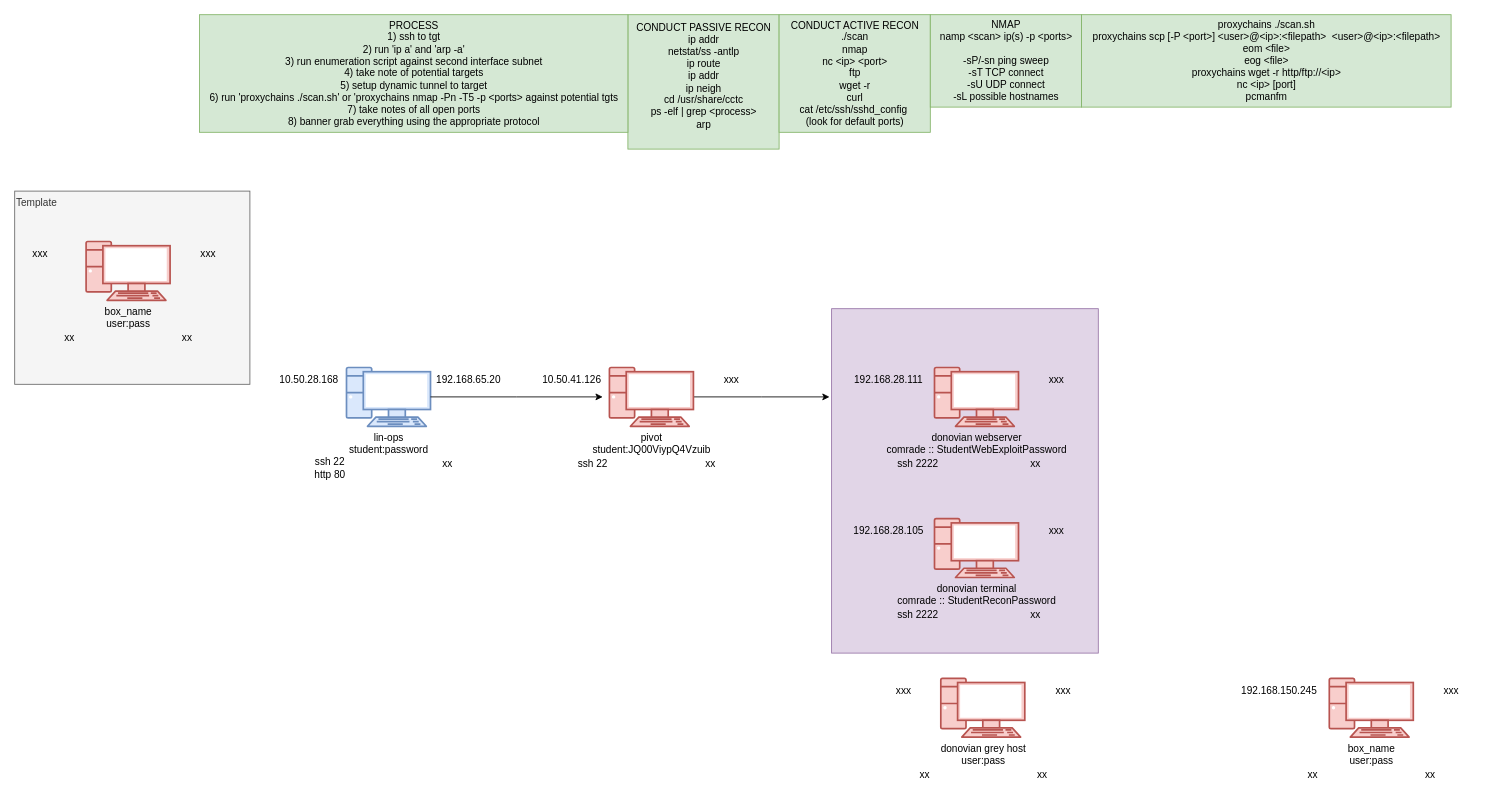
Before: CCTC/SEC/Day_6/Exploit/Exploit.drawio in wifi96h/new, a draw.io diagram. Source tidied: cells renumbered, new cells numbered last; positions are measured from the earlier drawing's top-left corner, leaving out a move shared by most shapes. Both pictures are drawn from the tidied source at 84%, with x=0, y=0 at pixel (14, 14).
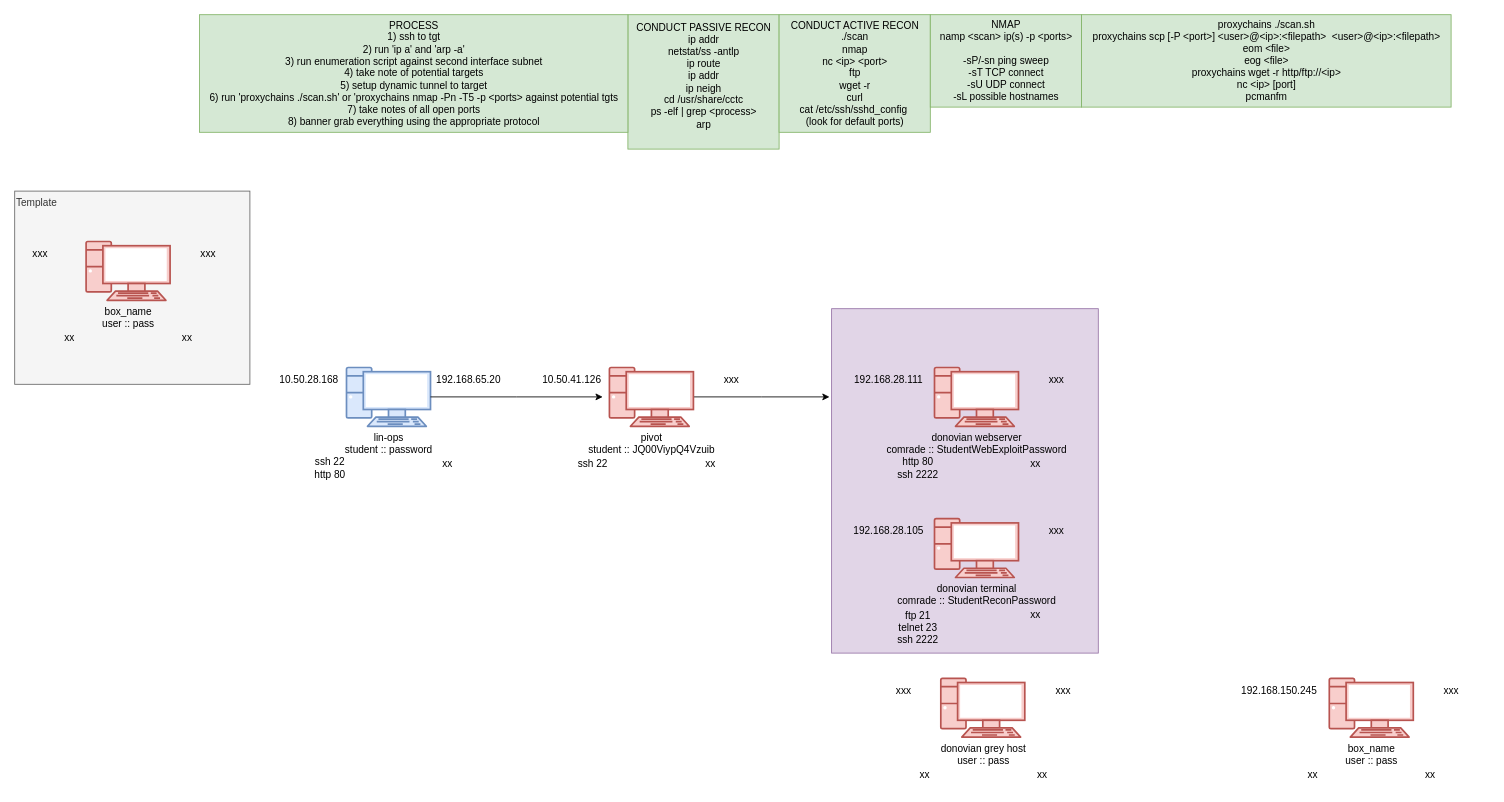
After the change.

The change refers to these unchanged cells:
```xml
<mxCell id="5" style="group;" parent="4" vertex="1">
  <mxGeometry y="20" width="225" height="130" as="geometry" />
</mxCell>
<mxCell id="11" style="group;" parent="10" vertex="1">
  <mxGeometry y="20" width="230" height="135" as="geometry" />
</mxCell>
<mxCell id="18" style="group;" parent="17" vertex="1">
  <mxGeometry y="20" width="225" height="130" as="geometry" />
</mxCell>
<mxCell id="32" style="group;" parent="31" vertex="1">
  <mxGeometry y="20" width="225" height="130" as="geometry" />
</mxCell>
<mxCell id="41" style="group;" parent="40" vertex="1">
  <mxGeometry y="20" width="225" height="130" as="geometry" />
</mxCell>
```

Change to the diagram source:
```diff
@@
-    <mxCell id="6" value="box_name&lt;div&gt;user:pass&lt;/div&gt;" style="verticalAlign=top;verticalLabelPosition=bottom;labelPosition=center;align=center;html=1;fillColor=#f8cecc;strokeColor=#b85450;gradientDirection=north;strokeWidth=2;shape=mxgraph.networks.pc;" parent="5" vertex="1">
+    <mxCell id="6" value="box_name&lt;div&gt;user :: pass&lt;/div&gt;" style="verticalAlign=top;verticalLabelPosition=bottom;labelPosition=center;align=center;html=1;fillColor=#f8cecc;strokeColor=#b85450;gradientDirection=north;strokeWidth=2;shape=mxgraph.networks.pc;" parent="5" vertex="1">
       <mxGeometry x="35" width="100" height="70" as="geometry" />
     </mxCell>
@@
-    <mxCell id="12" value="lin-ops&lt;div&gt;student:password&lt;/div&gt;" style="verticalAlign=top;verticalLabelPosition=bottom;labelPosition=center;align=center;html=1;outlineConnect=0;fillColor=#dae8fc;strokeColor=#6c8ebf;gradientDirection=north;strokeWidth=2;shape=mxgraph.networks.pc;" parent="11" vertex="1">
+    <mxCell id="12" value="lin-ops&lt;div&gt;student :: password&lt;/div&gt;" style="verticalAlign=top;verticalLabelPosition=bottom;labelPosition=center;align=center;html=1;outlineConnect=0;fillColor=#dae8fc;strokeColor=#6c8ebf;gradientDirection=north;strokeWidth=2;shape=mxgraph.networks.pc;" parent="11" vertex="1">
       <mxGeometry x="35" width="100" height="70" as="geometry" />
     </mxCell>
@@
-    <mxCell id="20" value="&lt;div&gt;pivot&lt;/div&gt;&lt;div&gt;student:JQ00ViypQ4Vzuib&lt;/div&gt;" style="verticalAlign=top;verticalLabelPosition=bottom;labelPosition=center;align=center;html=1;outlineConnect=0;fillColor=#f8cecc;strokeColor=#b85450;gradientDirection=north;strokeWidth=2;shape=mxgraph.networks.pc;" parent="18" vertex="1">
+    <mxCell id="20" value="&lt;div&gt;pivot&lt;/div&gt;&lt;div&gt;student :: JQ00ViypQ4Vzuib&lt;/div&gt;" style="verticalAlign=top;verticalLabelPosition=bottom;labelPosition=center;align=center;html=1;outlineConnect=0;fillColor=#f8cecc;strokeColor=#b85450;gradientDirection=north;strokeWidth=2;shape=mxgraph.networks.pc;" parent="18" vertex="1">
       <mxGeometry x="35" width="100" height="70" as="geometry" />
     </mxCell>
@@
-    <mxCell id="33" value="&lt;div&gt;donovian grey host&lt;/div&gt;&lt;div&gt;user:pass&lt;/div&gt;" style="verticalAlign=top;verticalLabelPosition=bottom;labelPosition=center;align=center;html=1;fillColor=#f8cecc;strokeColor=#b85450;gradientDirection=north;strokeWidth=2;shape=mxgraph.networks.pc;" parent="32" vertex="1">
+    <mxCell id="33" value="&lt;div&gt;donovian grey host&lt;/div&gt;&lt;div&gt;user :: pass&lt;/div&gt;" style="verticalAlign=top;verticalLabelPosition=bottom;labelPosition=center;align=center;html=1;fillColor=#f8cecc;strokeColor=#b85450;gradientDirection=north;strokeWidth=2;shape=mxgraph.networks.pc;" parent="32" vertex="1">
       <mxGeometry x="35" width="100" height="70" as="geometry" />
     </mxCell>
@@
-    <mxCell id="42" value="box_name&lt;div&gt;user:pass&lt;/div&gt;" style="verticalAlign=top;verticalLabelPosition=bottom;labelPosition=center;align=center;html=1;fillColor=#f8cecc;strokeColor=#b85450;gradientDirection=north;strokeWidth=2;shape=mxgraph.networks.pc;" parent="41" vertex="1">
+    <mxCell id="42" value="box_name&lt;div&gt;user :: pass&lt;/div&gt;" style="verticalAlign=top;verticalLabelPosition=bottom;labelPosition=center;align=center;html=1;fillColor=#f8cecc;strokeColor=#b85450;gradientDirection=north;strokeWidth=2;shape=mxgraph.networks.pc;" parent="41" vertex="1">
       <mxGeometry x="35" width="100" height="70" as="geometry" />
     </mxCell>
@@
     <mxCell id="47" style="group;" parent="1" vertex="1">
-      <mxGeometry x="985" y="580" width="300" height="150" as="geometry" />
+      <mxGeometry x="985" y="580" width="300" height="180" as="geometry" />
     </mxCell>
     <mxCell id="48" style="group;" parent="47" vertex="1">
-      <mxGeometry x="75" width="225" height="150" as="geometry" />
+      <mxGeometry x="75" width="225" height="165" as="geometry" />
     </mxCell>
     <mxCell id="49" style="group;" parent="48" vertex="1">
-      <mxGeometry y="20" width="225" height="130" as="geometry" />
+      <mxGeometry y="20" width="225" height="145" as="geometry" />
     </mxCell>
@@
-    <mxCell id="51" value="ssh 2222" style="text;html=1;align=center;verticalAlign=middle;strokeColor=none;fillColor=none;" parent="49" vertex="1">
-      <mxGeometry x="-20" y="100" width="70" height="30" as="geometry" />
-    </mxCell>
@@
+    <mxCell id="51" value="ftp 21&lt;div&gt;telnet 23&lt;/div&gt;&lt;div&gt;ssh 2222&lt;/div&gt;" style="text;html=1;align=center;verticalAlign=middle;strokeColor=none;fillColor=none;" parent="47" vertex="1">
+      <mxGeometry x="55" y="120" width="70" height="60" as="geometry" />
+    </mxCell>
     <mxCell id="55" style="group;" parent="1" vertex="1">
-      <mxGeometry x="985" y="400" width="300" height="150" as="geometry" />
+      <mxGeometry x="985" y="400" width="300" height="155" as="geometry" />
     </mxCell>
     <mxCell id="56" style="group;" parent="55" vertex="1">
-      <mxGeometry x="75" width="225" height="150" as="geometry" />
+      <mxGeometry x="75" width="225" height="155" as="geometry" />
     </mxCell>
     <mxCell id="57" style="group;" parent="56" vertex="1">
-      <mxGeometry y="20" width="225" height="130" as="geometry" />
+      <mxGeometry y="20" width="225" height="135" as="geometry" />
     </mxCell>
@@
-    <mxCell id="59" value="ssh 2222" style="text;html=1;align=center;verticalAlign=middle;strokeColor=none;fillColor=none;" parent="57" vertex="1">
-      <mxGeometry x="-20" y="100" width="70" height="30" as="geometry" />
-    </mxCell>
@@
+    <mxCell id="59" value="http 80&lt;div&gt;ssh 2222&lt;/div&gt;" style="text;html=1;align=center;verticalAlign=middle;strokeColor=none;fillColor=none;" parent="1" vertex="1">
+      <mxGeometry x="1040" y="520" width="70" height="40" as="geometry" />
+    </mxCell>
```
